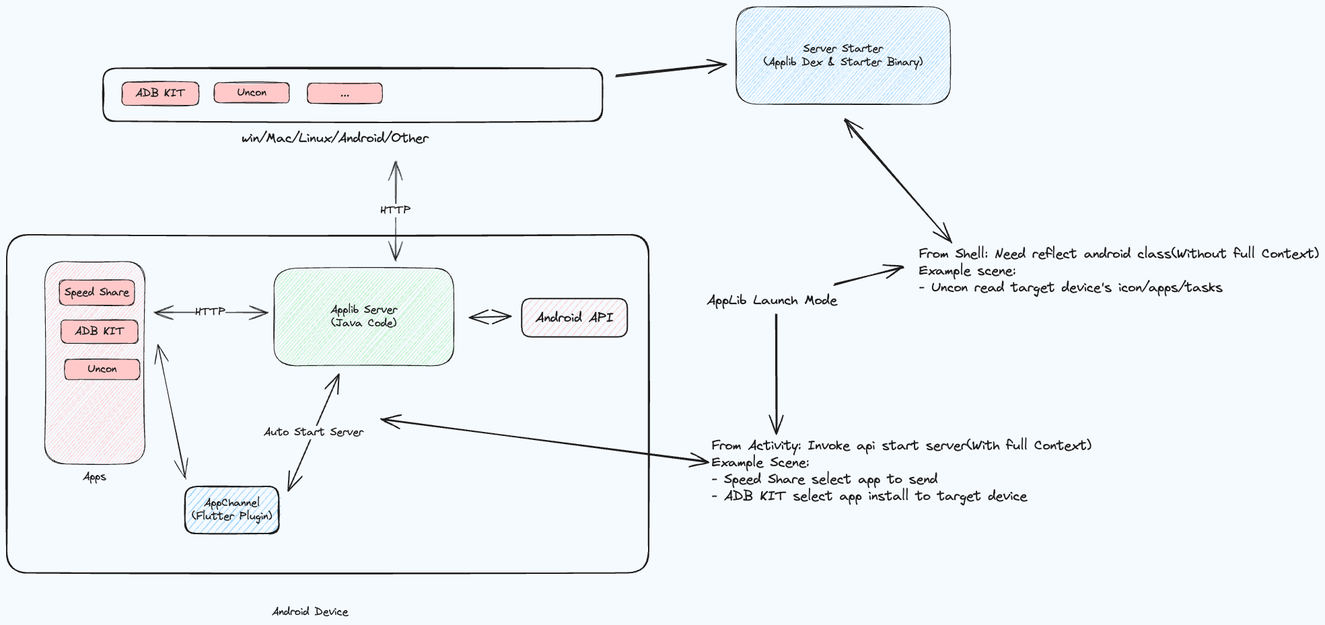
Above: docs/applib.excalidraw.png in nightmare-space/applib (Excalidraw), before the change. Source tidied: one line per element, renumbered; positions are measured from the earlier drawing's top-left corner, leaving out a move shared by most shapes.
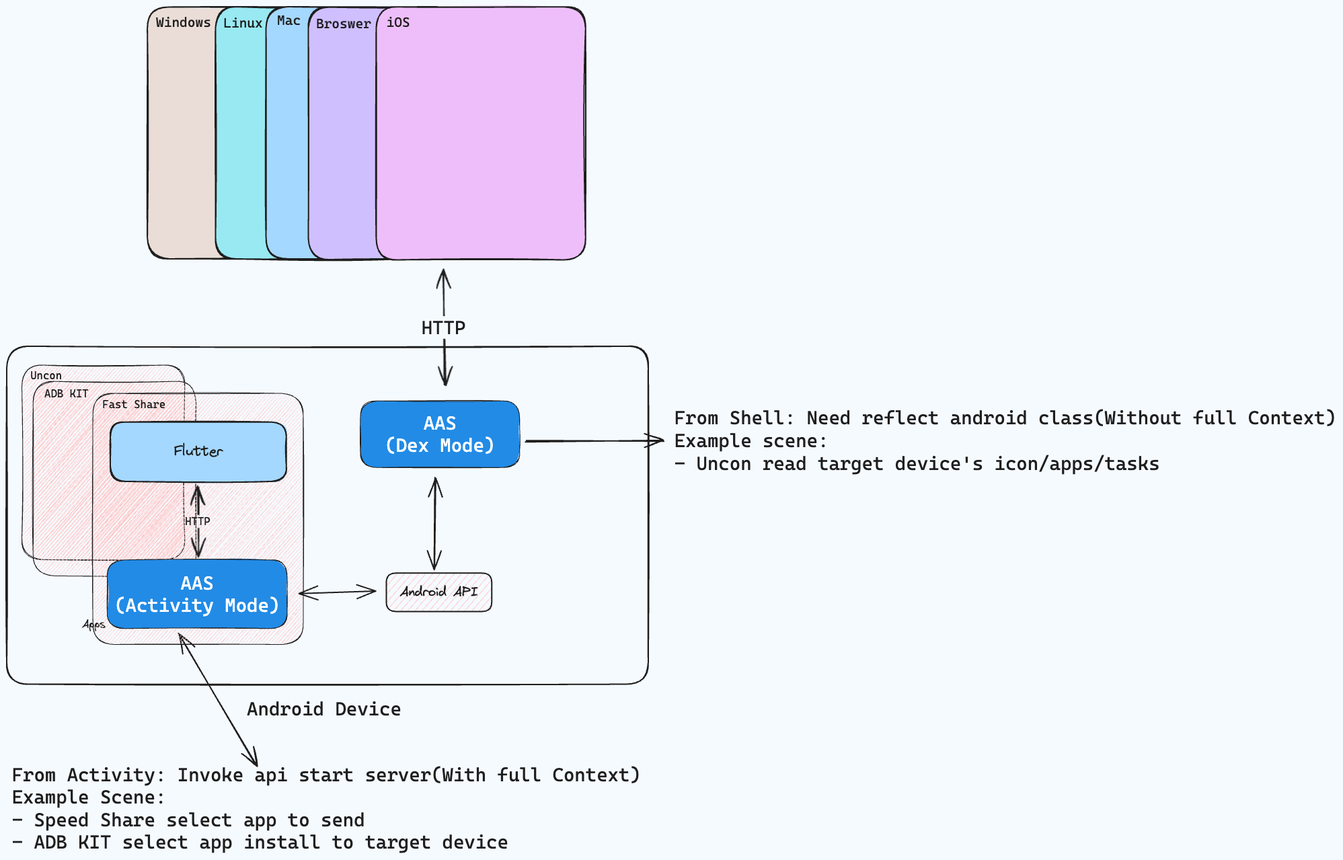
The same file after the commit.

Diff of the diagram source:
```diff
@@ -1,42 +1,37 @@
-{"id": 0, "type": "arrow", "strokeColor": "#1e1e1e", "strokeWidth": 1, "roughness": 1, "startArrowhead": "arrow", "endArrowhead": "arrow", "round": true, "from": 23, "to": 10, "x": 266, "y": 701, "width": 40, "height": 197, "points": [[0, 0], [-40, -197]]}
-{"id": 1, "type": "arrow", "strokeColor": "#1e1e1e", "strokeWidth": 1, "roughness": 1, "startArrowhead": "arrow", "endArrowhead": "arrow", "round": true, "from": 10, "to": 4, "x": 218, "y": 454, "width": 169, "height": 0, "points": [[0, 0], [169, 0]]}
-{"id": 2, "type": "text", "text": "HTTP", "strokeColor": "#1e1e1e", "backgroundColor": "#a5d8ff", "fillStyle": "hachure", "strokeWidth": 2, "roughness": 1, "fontSize": 16, "fontFamily": 1, "textAlign": "center", "verticalAlign": "middle", "inside": 1, "x": 369, "y": 429, "width": 45, "height": 20}
 {"id": 3, "type": "rectangle", "strokeColor": "#1e1e1e", "strokeWidth": 2, "roughness": 1, "round": true, "x": 0, "y": 339, "width": 954, "height": 503}
-{"id": 4, "type": "rectangle", "strokeColor": "#1e1e1e", "backgroundColor": "#b2f2bb", "fillStyle": "hachure", "strokeWidth": 1, "roughness": 1, "round": true, "x": 397, "y": 389, "width": 267, "height": 145}
-{"id": 5, "type": "text", "text": "Applib Server\n(Java Code)", "strokeColor": "#1e1e1e", "backgroundColor": "#ffc9c9", "fillStyle": "solid", "strokeWidth": 1, "roughness": 1, "fontSize": 16, "fontFamily": 1, "textAlign": "center", "verticalAlign": "middle", "inside": 4, "x": 481, "y": 441, "width": 99, "height": 40}
-{"id": 6, "type": "arrow", "strokeColor": "#1e1e1e", "strokeWidth": 1, "roughness": 1, "startArrowhead": "arrow", "endArrowhead": "arrow", "round": true, "to": 4, "x": 577, "y": 229, "width": 1, "height": 148, "points": [[0, 0], [1, 148]]}
-{"id": 7, "type": "text", "text": "HTTP", "strokeColor": "#1e1e1e", "backgroundColor": "#a5d8ff", "fillStyle": "hachure", "strokeWidth": 2, "roughness": 1, "fontSize": 16, "fontFamily": 1, "textAlign": "center", "verticalAlign": "middle", "inside": 6, "x": 640, "y": 246, "width": 45, "height": 20}
-{"id": 8, "type": "rectangle", "strokeColor": "#1e1e1e", "backgroundColor": "#ffc9c9", "fillStyle": "hachure", "strokeWidth": 2, "roughness": 0, "round": true, "x": 765, "y": 434, "width": 157, "height": 57}
+{"id": 8, "type": "rectangle", "strokeColor": "#1e1e1e", "backgroundColor": "#ffc9c9", "fillStyle": "hachure", "strokeWidth": 2, "roughness": 0, "round": true, "x": 564, "y": 676, "width": 157, "height": 57}
-{"id": 9, "type": "text", "text": "Android API", "strokeColor": "#1e1e1e", "strokeWidth": 2, "roughness": 1, "fontSize": 20, "fontFamily": 1, "textAlign": "center", "verticalAlign": "middle", "inside": 8, "x": 786, "y": 450, "width": 117, "height": 25}
+{"id": 9, "type": "text", "text": "Android API", "strokeColor": "#1e1e1e", "strokeWidth": 2, "roughness": 1, "fontSize": 20, "fontFamily": 1, "textAlign": "center", "verticalAlign": "middle", "inside": 8, "x": 585, "y": 692, "width": 117, "height": 25}
-{"id": 10, "type": "rectangle", "strokeColor": "#1e1e1e", "backgroundColor": "#ffc9c9", "fillStyle": "hachure", "strokeWidth": 1, "roughness": 1, "round": true, "x": 56, "y": 379, "width": 149, "height": 301}
+{"id": 10, "type": "rectangle", "strokeColor": "#1e1e1e", "backgroundColor": "#ffc9c9", "fillStyle": "hachure", "strokeWidth": 1, "roughness": 1, "round": true, "x": 23, "y": 367, "width": 242, "height": 289}
-{"id": 11, "type": "rectangle", "strokeColor": "#1e1e1e", "backgroundColor": "#ffc9c9", "fillStyle": "solid", "strokeWidth": 1, "roughness": 1, "round": true, "x": 78, "y": 406, "width": 112, "height": 38}
-{"id": 12, "type": "text", "text": "Speed Share", "strokeColor": "#1e1e1e", "backgroundColor": "#ffc9c9", "fillStyle": "solid", "strokeWidth": 1, "roughness": 1, "fontSize": 16, "fontFamily": 1, "textAlign": "center", "verticalAlign": "middle", "inside": 11, "x": 86, "y": 415, "width": 96, "height": 20}
-{"id": 13, "type": "rectangle", "strokeColor": "#1e1e1e", "backgroundColor": "#ffc9c9", "fillStyle": "solid", "strokeWidth": 1, "roughness": 1, "round": true, "x": 81, "y": 466, "width": 114, "height": 35}
-{"id": 14, "type": "text", "text": "ADB KIT", "strokeColor": "#1e1e1e", "backgroundColor": "#ffc9c9", "fillStyle": "solid", "strokeWidth": 1, "roughness": 1, "fontSize": 16, "fontFamily": 1, "textAlign": "center", "verticalAlign": "middle", "inside": 13, "x": 101, "y": 473, "width": 74, "height": 20}
-{"id": 15, "type": "rectangle", "strokeColor": "#1e1e1e", "backgroundColor": "#ffc9c9", "fillStyle": "solid", "strokeWidth": 1, "roughness": 1, "round": true, "x": 86, "y": 524, "width": 112, "height": 30}
-{"id": 16, "type": "text", "text": "Uncon", "strokeColor": "#1e1e1e", "backgroundColor": "#ffc9c9", "fillStyle": "solid", "strokeWidth": 1, "roughness": 1, "fontSize": 16, "fontFamily": 1, "textAlign": "center", "verticalAlign": "middle", "inside": 15, "x": 120, "y": 529, "width": 43, "height": 20}
-{"id": 17, "type": "arrow", "strokeColor": "#1e1e1e", "strokeWidth": 2, "roughness": 1, "endArrowhead": "arrow", "round": true, "from": 19, "x": 1230, "y": 413, "width": 102, "height": 26, "points": [[0, 0], [102, -26]]}
+{"id": 17, "type": "arrow", "strokeColor": "#1e1e1e", "strokeWidth": 2, "roughness": 1, "endArrowhead": "arrow", "round": true, "from": 27, "to": 33, "x": 772, "y": 480, "width": 204, "height": 1, "points": [[0, 0], [204, -1]]}
-{"id": 18, "type": "arrow", "strokeColor": "#1e1e1e", "strokeWidth": 2, "roughness": 1, "endArrowhead": "arrow", "round": true, "from": 19, "to": 32, "x": 1144, "y": 457, "width": 0, "height": 178, "points": [[0, 0], [0, 178]]}
-{"id": 19, "type": "text", "text": "AppLib Launch Mode", "strokeColor": "#1e1e1e", "strokeWidth": 2, "roughness": 1, "fontSize": 20, "fontFamily": 1, "x": 1040, "y": 424, "width": 194, "height": 25}
-{"id": 20, "type": "arrow", "strokeColor": "#1e1e1e", "strokeWidth": 2, "roughness": 0, "startArrowhead": "arrow", "endArrowhead": "arrow", "round": true, "from": 4, "to": 8, "x": 687, "y": 462, "width": 62, "height": 2, "points": [[0, 0], [62, -2]]}
-{"id": 21, "type": "text", "text": "Apps", "strokeColor": "#1e1e1e", "strokeWidth": 2, "roughness": 1, "fontSize": 16, "fontFamily": 1, "x": 113, "y": 689, "width": 35, "height": 20}
+{"id": 21, "type": "text", "text": "Apps", "strokeColor": "#1e1e1e", "strokeWidth": 2, "roughness": 1, "fontSize": 16, "fontFamily": 1, "x": 112, "y": 743, "width": 35, "height": 20}
-{"id": 22, "type": "text", "text": "Android Device", "strokeColor": "#1e1e1e", "strokeWidth": 2, "roughness": 1, "fontSize": 16, "fontFamily": 1, "x": 394, "y": 890, "width": 113, "height": 20}
+{"id": 22, "type": "text", "text": "Android Device", "strokeColor": "#1e1e1e", "strokeWidth": 2, "roughness": 1, "fontSize": 28, "fontFamily": 3, "x": 357, "y": 861, "width": 230, "height": 34}
-{"id": 23, "type": "rectangle", "strokeColor": "#1e1e1e", "backgroundColor": "#a5d8ff", "fillStyle": "hachure", "strokeWidth": 2, "roughness": 1, "round": true, "x": 265, "y": 713, "width": 139, "height": 70}
-{"id": 24, "type": "text", "text": "AppChannel\n(Flutter Plugin)", "strokeColor": "#1e1e1e", "strokeWidth": 2, "roughness": 1, "fontSize": 16, "fontFamily": 1, "textAlign": "center", "verticalAlign": "middle", "inside": 23, "x": 275, "y": 728, "width": 119, "height": 40}
-{"id": 25, "type": "arrow", "strokeColor": "#1e1e1e", "strokeWidth": 2, "roughness": 0, "startArrowhead": "arrow", "endArrowhead": "arrow", "round": true, "from": 23, "to": 4, "x": 418, "y": 720, "width": 76, "height": 174, "points": [[0, 0], [76, -174]]}
-{"id": 26, "type": "text", "text": "Auto Start Server", "strokeColor": "#1e1e1e", "strokeWidth": 2, "roughness": 1, "fontSize": 16, "fontFamily": 1, "textAlign": "center", "verticalAlign": "middle", "inside": 25, "x": 471, "y": 568, "width": 148, "height": 20}
-{"id": 27, "type": "rectangle", "strokeColor": "#1e1e1e", "backgroundColor": "#a5d8ff", "fillStyle": "hachure", "strokeWidth": 1, "roughness": 1, "round": true, "x": 1084, "y": 0, "width": 318, "height": 145}
-{"id": 28, "type": "text", "text": "Server Starter\n(Applib Dex & Starter Binary)", "strokeColor": "#1e1e1e", "backgroundColor": "#ffc9c9", "fillStyle": "solid", "strokeWidth": 1, "roughness": 1, "fontSize": 16, "fontFamily": 1, "textAlign": "center", "verticalAlign": "middle", "inside": 27, "x": 1125, "y": 53, "width": 237, "height": 40}
-{"id": 29, "type": "arrow", "strokeColor": "#1e1e1e", "backgroundColor": "#a5d8ff", "fillStyle": "hachure", "strokeWidth": 2, "roughness": 1, "endArrowhead": "arrow", "round": true, "from": 35, "to": 27, "x": 905, "y": 102, "width": 163, "height": 17, "points": [[0, 0], [163, -17]]}
+{"id": 29, "type": "arrow", "strokeColor": "#1e1e1e", "backgroundColor": "#a5d8ff", "fillStyle": "hachure", "strokeWidth": 2, "roughness": 1, "startArrowhead": "arrow", "endArrowhead": "arrow", "round": true, "from": 61, "to": 27, "x": 648, "y": 225, "width": 3, "height": 172, "points": [[0, 0], [3, 172]]}
-{"id": 30, "type": "arrow", "strokeColor": "#1e1e1e", "backgroundColor": "#a5d8ff", "fillStyle": "hachure", "strokeWidth": 2, "roughness": 1, "startArrowhead": "arrow", "endArrowhead": "arrow", "round": true, "from": 27, "to": 33, "x": 1245, "y": 167, "width": 160, "height": 183, "points": [[0, 0], [160, 183]]}
+{"id": 42, "type": "text", "text": "HTTP", "strokeColor": "#1e1e1e", "backgroundColor": "#a5d8ff", "fillStyle": "solid", "strokeWidth": 2, "roughness": 1, "fontSize": 28, "fontFamily": 3, "textAlign": "center", "verticalAlign": "middle", "inside": 29, "x": 530, "y": 195, "width": 66, "height": 34}
-{"id": 31, "type": "arrow", "strokeColor": "#1e1e1e", "backgroundColor": "#a5d8ff", "fillStyle": "hachure", "strokeWidth": 2, "roughness": 1, "startArrowhead": "arrow", "endArrowhead": "arrow", "round": true, "to": 32, "x": 557, "y": 614, "width": 486, "height": 62, "points": [[0, 0], [486, 62]]}
+{"id": 31, "type": "arrow", "strokeColor": "#1e1e1e", "backgroundColor": "#a5d8ff", "fillStyle": "hachure", "strokeWidth": 2, "roughness": 1, "startArrowhead": "arrow", "endArrowhead": "arrow", "round": true, "from": 4, "to": 32, "x": 256, "y": 767, "width": 116, "height": 195, "points": [[0, 0], [116, 195]]}
-{"id": 32, "type": "text", "text": "From Activity: Invoke api start server(With full Context)\nExample Scene: \n- Speed Share select app to send\n- ADB KIT select app install to target device", "strokeColor": "#1e1e1e", "strokeWidth": 2, "roughness": 1, "fontSize": 20, "fontFamily": 1, "x": 1048, "y": 640, "width": 564, "height": 100}
+{"id": 32, "type": "text", "text": "From Activity: Invoke api start server(With full Context)\nExample Scene: \n- Speed Share select app to send\n- ADB KIT select app install to target device", "strokeColor": "#1e1e1e", "strokeWidth": 2, "roughness": 1, "fontSize": 28, "fontFamily": 3, "x": 8, "y": 960, "width": 935, "height": 134}
-{"id": 33, "type": "text", "text": "From Shell: Need reflect android class(Without full Context)\nExample scene:\n- Uncon read target device's icon/apps/tasks", "strokeColor": "#1e1e1e", "strokeWidth": 2, "roughness": 1, "fontSize": 20, "fontFamily": 1, "x": 1356, "y": 355, "width": 594, "height": 75}
+{"id": 33, "type": "text", "text": "From Shell: Need reflect android class(Without full Context)\nExample scene:\n- Uncon read target device's icon/apps/tasks", "strokeColor": "#1e1e1e", "strokeWidth": 2, "roughness": 1, "fontSize": 28, "fontFamily": 3, "x": 993, "y": 429, "width": 984, "height": 101}
-{"id": 34, "type": "text", "text": "win/Mac/Linux/Android/Other", "strokeColor": "#1e1e1e", "strokeWidth": 2, "roughness": 1, "fontSize": 20, "fontFamily": 1, "x": 349, "y": 183, "width": 277, "height": 25}
-{"id": 35, "type": "rectangle", "strokeColor": "#1e1e1e", "strokeWidth": 2, "roughness": 1, "round": true, "x": 143, "y": 91, "width": 742, "height": 79}
-{"id": 36, "type": "rectangle", "strokeColor": "#1e1e1e", "backgroundColor": "#ffc9c9", "fillStyle": "solid", "strokeWidth": 1, "roughness": 1, "round": true, "x": 171, "y": 112, "width": 114, "height": 35}
-{"id": 37, "type": "text", "text": "ADB KIT", "strokeColor": "#1e1e1e", "backgroundColor": "#ffc9c9", "fillStyle": "solid", "strokeWidth": 1, "roughness": 1, "fontSize": 16, "fontFamily": 1, "textAlign": "center", "verticalAlign": "middle", "inside": 36, "x": 191, "y": 119, "width": 74, "height": 20}
-{"id": 38, "type": "rectangle", "strokeColor": "#1e1e1e", "backgroundColor": "#ffc9c9", "fillStyle": "solid", "strokeWidth": 1, "roughness": 1, "round": true, "x": 308, "y": 113, "width": 112, "height": 30}
-{"id": 39, "type": "text", "text": "Uncon", "strokeColor": "#1e1e1e", "backgroundColor": "#ffc9c9", "fillStyle": "solid", "strokeWidth": 1, "roughness": 1, "fontSize": 16, "fontFamily": 1, "textAlign": "center", "verticalAlign": "middle", "inside": 38, "x": 343, "y": 118, "width": 43, "height": 20}
-{"id": 40, "type": "rectangle", "strokeColor": "#1e1e1e", "backgroundColor": "#ffc9c9", "fillStyle": "solid", "strokeWidth": 1, "roughness": 1, "round": true, "x": 447, "y": 114, "width": 112, "height": 30}
-{"id": 41, "type": "text", "text": "...", "strokeColor": "#1e1e1e", "backgroundColor": "#ffc9c9", "fillStyle": "solid", "strokeWidth": 1, "roughness": 1, "fontSize": 16, "fontFamily": 1, "textAlign": "center", "verticalAlign": "middle", "inside": 40, "x": 496, "y": 119, "width": 13, "height": 20}
+{"id": 43, "type": "rectangle", "strokeColor": "#1e1e1e", "backgroundColor": "#ffc9c9", "fillStyle": "hachure", "strokeWidth": 1, "roughness": 1, "round": true, "x": 39, "y": 391, "width": 242, "height": 289}
+{"id": 44, "type": "text", "text": "Uncon", "strokeColor": "#1e1e1e", "strokeWidth": 2, "roughness": 1, "fontSize": 16, "fontFamily": 3, "x": 35, "y": 373, "width": 47, "height": 19}
+{"id": 45, "type": "text", "text": "ADB KIT", "strokeColor": "#1e1e1e", "strokeWidth": 2, "roughness": 1, "fontSize": 16, "fontFamily": 3, "x": 56, "y": 400, "width": 66, "height": 19}
+{"id": 46, "type": "rectangle", "strokeColor": "#1e1e1e", "backgroundColor": "#ffc9c9", "fillStyle": "hachure", "strokeWidth": 1, "roughness": 1, "round": true, "x": 128, "y": 409, "width": 313, "height": 373}
+{"id": 47, "type": "text", "text": "Fast Share", "strokeColor": "#1e1e1e", "strokeWidth": 2, "roughness": 1, "fontSize": 16, "fontFamily": 3, "x": 142, "y": 416, "width": 94, "height": 19}
+{"id": 48, "type": "rectangle", "strokeColor": "#1e1e1e", "backgroundColor": "#a5d8ff", "fillStyle": "solid", "strokeWidth": 2, "roughness": 1, "round": true, "x": 154, "y": 452, "width": 262, "height": 88}
+{"id": 49, "type": "text", "text": "Flutter", "strokeColor": "#1e1e1e", "backgroundColor": "#a5d8ff", "fillStyle": "solid", "strokeWidth": 2, "roughness": 1, "fontSize": 20.65, "fontFamily": 1, "textAlign": "center", "verticalAlign": "middle", "inside": 48, "x": 249, "y": 483, "width": 73, "height": 26}
+{"id": 4, "type": "rectangle", "strokeColor": "#1e1e1e", "backgroundColor": "#228be6", "fillStyle": "solid", "strokeWidth": 1, "roughness": 1, "round": true, "x": 149, "y": 657, "width": 267, "height": 102}
+{"id": 5, "type": "text", "text": "AAS\n(Activity Mode)", "strokeColor": "#ffffff", "backgroundColor": "#ffc9c9", "fillStyle": "solid", "strokeWidth": 1, "roughness": 1, "fontSize": 28, "fontFamily": 3, "textAlign": "center", "verticalAlign": "middle", "inside": 4, "x": 160, "y": 674, "width": 246, "height": 67}
+{"id": 50, "type": "arrow", "strokeColor": "#1e1e1e", "backgroundColor": "#a5d8ff", "fillStyle": "solid", "strokeWidth": 2, "roughness": 1, "startArrowhead": "arrow", "endArrowhead": "arrow", "round": true, "from": 48, "to": 4, "x": 284, "y": 547, "width": 1, "height": 104, "points": [[0, 0], [-1, 104]]}
+{"id": 51, "type": "text", "text": "HTTP", "strokeColor": "#1e1e1e", "backgroundColor": "#a5d8ff", "fillStyle": "solid", "strokeWidth": 2, "roughness": 1, "fontSize": 16, "fontFamily": 3, "textAlign": "center", "verticalAlign": "middle", "inside": 50, "x": 263, "y": 588, "width": 38, "height": 19}
+{"id": 20, "type": "arrow", "strokeColor": "#1e1e1e", "strokeWidth": 2, "roughness": 0, "startArrowhead": "arrow", "endArrowhead": "arrow", "round": true, "from": 4, "to": 8, "x": 435, "y": 707, "width": 114, "height": 4, "points": [[0, 0], [114, -4]]}
+{"id": 27, "type": "rectangle", "strokeColor": "#1e1e1e", "backgroundColor": "#228be6", "fillStyle": "solid", "strokeWidth": 1, "roughness": 1, "round": true, "x": 526, "y": 420, "width": 237, "height": 99}
+{"id": 28, "type": "text", "text": "AAS\n(Dex Mode)", "strokeColor": "#ffffff", "backgroundColor": "#ffc9c9", "fillStyle": "solid", "strokeWidth": 1, "roughness": 1, "fontSize": 28, "fontFamily": 3, "textAlign": "center", "verticalAlign": "middle", "inside": 27, "x": 562, "y": 436, "width": 164, "height": 67}
+{"id": 52, "type": "arrow", "strokeColor": "#1e1e1e", "backgroundColor": "#a5d8ff", "fillStyle": "solid", "strokeWidth": 2, "roughness": 1, "startArrowhead": "arrow", "endArrowhead": "arrow", "round": true, "from": 27, "to": 8, "x": 637, "y": 535, "width": 2, "height": 135, "points": [[0, 0], [-2, 135]]}
+{"id": 53, "type": "rectangle", "strokeColor": "#1e1e1e", "backgroundColor": "#eaddd7", "fillStyle": "solid", "strokeWidth": 2, "roughness": 1, "round": true, "x": 209, "y": -166, "width": 303, "height": 375}
+{"id": 54, "type": "text", "text": "Windows", "strokeColor": "#1e1e1e", "backgroundColor": "#ffc9c9", "fillStyle": "hachure", "strokeWidth": 2, "roughness": 1, "fontSize": 20, "fontFamily": 3, "x": 222, "y": -155, "width": 82, "height": 24}
+{"id": 55, "type": "rectangle", "strokeColor": "#1e1e1e", "backgroundColor": "#99e9f2", "fillStyle": "solid", "strokeWidth": 2, "roughness": 1, "round": true, "x": 310, "y": -166, "width": 311, "height": 375}
+{"id": 56, "type": "text", "text": "Linux", "strokeColor": "#1e1e1e", "backgroundColor": "#b2f2bb", "fillStyle": "hachure", "strokeWidth": 2, "roughness": 1, "fontSize": 20, "fontFamily": 3, "x": 322, "y": -154, "width": 59, "height": 24}
+{"id": 57, "type": "rectangle", "strokeColor": "#1e1e1e", "backgroundColor": "#a5d8ff", "fillStyle": "solid", "strokeWidth": 2, "roughness": 1, "round": true, "x": 386, "y": -166, "width": 285, "height": 375}
+{"id": 58, "type": "text", "text": "Mac", "strokeColor": "#1e1e1e", "backgroundColor": "#a5d8ff", "fillStyle": "hachure", "strokeWidth": 2, "roughness": 1, "fontSize": 20, "fontFamily": 3, "x": 402, "y": -158, "width": 35, "height": 24}
+{"id": 59, "type": "rectangle", "strokeColor": "#1e1e1e", "backgroundColor": "#d0bfff", "fillStyle": "solid", "strokeWidth": 2, "roughness": 1, "round": true, "x": 448, "y": -165, "width": 311, "height": 375}
+{"id": 60, "type": "text", "text": "Broswer", "strokeColor": "#1e1e1e", "backgroundColor": "#ffec99", "fillStyle": "solid", "strokeWidth": 2, "roughness": 1, "fontSize": 20, "fontFamily": 3, "x": 460, "y": -153, "width": 82, "height": 24}
+{"id": 61, "type": "rectangle", "strokeColor": "#1e1e1e", "backgroundColor": "#eebefa", "fillStyle": "solid", "strokeWidth": 2, "roughness": 1, "round": true, "x": 549, "y": -166, "width": 311, "height": 376}
+{"id": 62, "type": "text", "text": "iOS", "strokeColor": "#1e1e1e", "backgroundColor": "#eebefa", "fillStyle": "solid", "strokeWidth": 2, "roughness": 1, "fontSize": 20, "fontFamily": 3, "x": 564, "y": -155, "width": 35, "height": 24}
```
